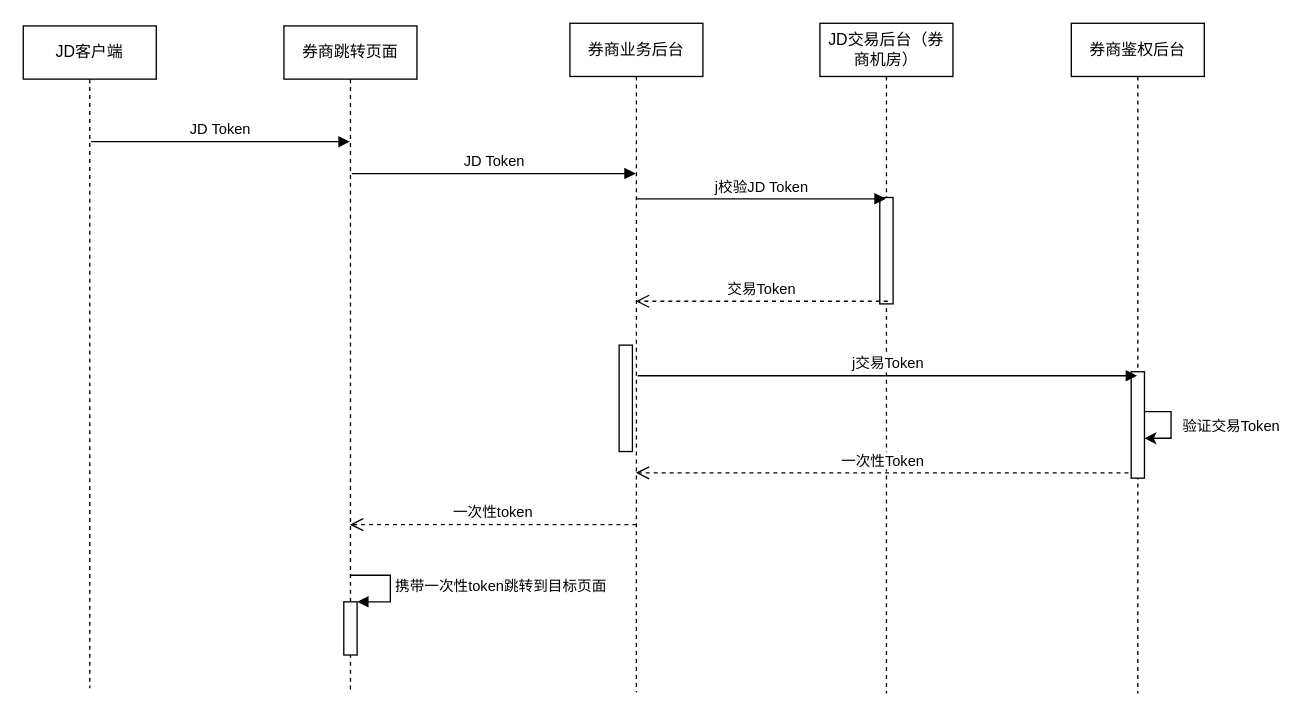
Earlier version of the draw.io diagram 网厅登录态打通.drawio (WindRain20140210/files-ArchitectureDiagram). Source tidied: cells renumbered, new cells numbered last; positions are measured from the earlier drawing's top-left corner, leaving out a move shared by most shapes. Both pictures are drawn from the tidied source at 133%, with x=0, y=0 at pixel (23, 23).
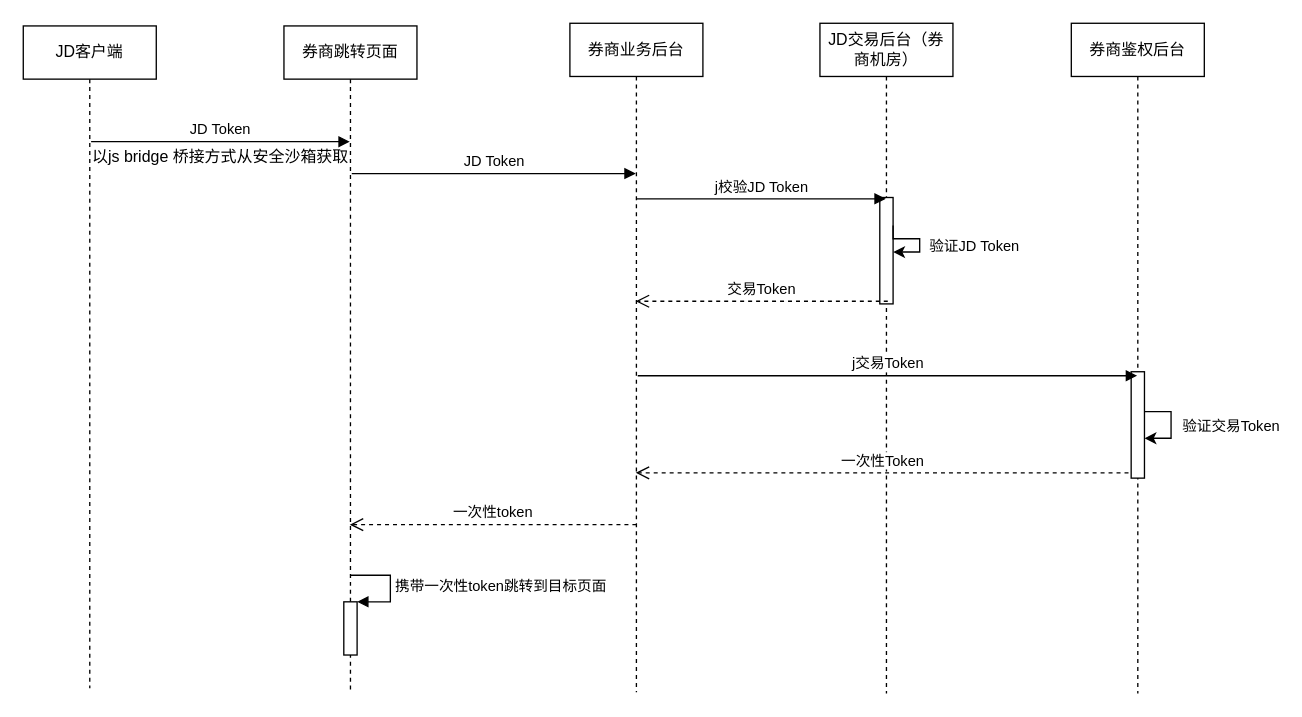
Above is the later version.

Commit message (it also covers changes not shown here):
Update 网厅登录态打通.drawio

What changed in the source:
```diff
@@
-    <mxCell id="18" style="html=1;perimeter=orthogonalPerimeter;" parent="1" vertex="1">
-      <mxGeometry x="448" y="242" width="10" height="80" as="geometry" />
-    </mxCell>
@@
+    <mxCell id="21" style="edgeStyle=orthogonalEdgeStyle;rounded=0;orthogonalLoop=1;jettySize=auto;html=1;" parent="1" edge="1">
+      <mxGeometry relative="1" as="geometry">
+        <mxPoint x="654" y="152" as="sourcePoint" />
+        <mxPoint x="654" y="172" as="targetPoint" />
+        <Array as="points">
+          <mxPoint x="674" y="162" />
+        </Array>
+      </mxGeometry>
+    </mxCell>
+    <mxCell id="22" value="验证JD Token" style="edgeLabel;html=1;align=center;verticalAlign=middle;" parent="21" vertex="1">
+      <mxGeometry x="-0.57" relative="1" as="geometry">
+        <mxPoint x="57" y="5" as="offset" />
+      </mxGeometry>
+    </mxCell>
+    <mxCell id="23" value="以js bridge 桥接方式从安全沙箱获取" style="text;html=1;align=center;verticalAlign=middle;strokeColor=none;" parent="1" vertex="1">
+      <mxGeometry x="46" y="92" width="203" height="18" as="geometry" />
+    </mxCell>
```
